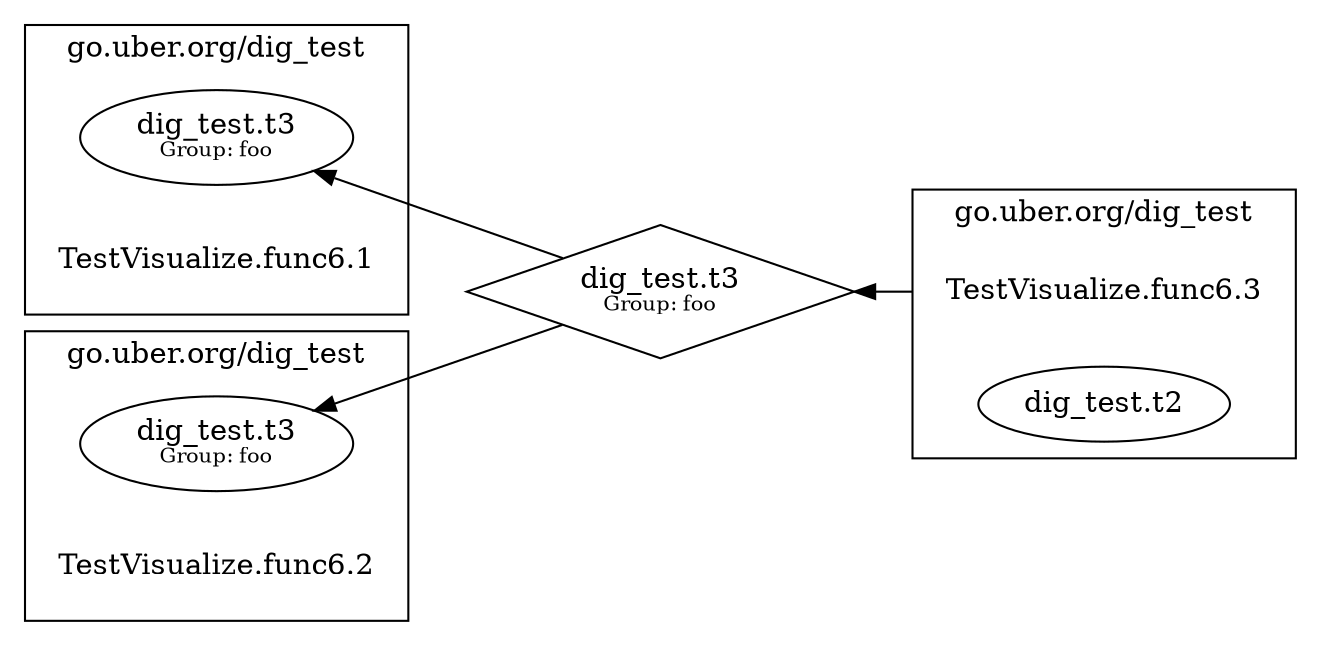
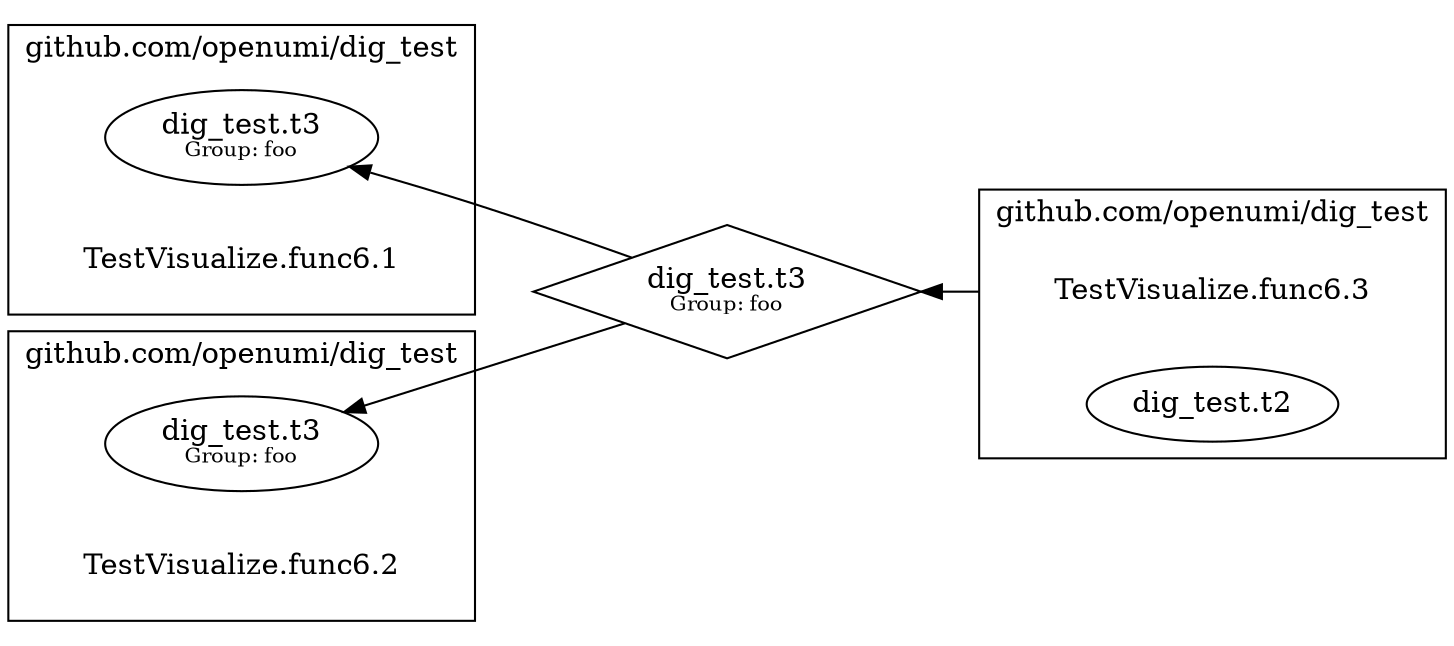
digraph {
	rankdir=RL;
	graph [compound=true];
	"[type=dig_test.t3 group=foo]" [shape=diamond label=<dig_test.t3<BR /><FONT POINT-SIZE="10">Group: foo</FONT>>];
	"[type=dig_test.t3 group=foo]" -> "dig_test.t3[group=foo]0";
	"[type=dig_test.t3 group=foo]" -> "dig_test.t3[group=foo]1";
	subgraph cluster_0 {
- 		label = "go.uber.org/dig_test";
+ 		label = "github.com/openumi/dig_test";
		constructor_0 [shape=plaintext label="TestVisualize.func6.1"];
		"dig_test.t3[group=foo]0" [label=<dig_test.t3<BR /><FONT POINT-SIZE="10">Group: foo</FONT>>];
	}
	subgraph cluster_1 {
- 		label = "go.uber.org/dig_test";
+ 		label = "github.com/openumi/dig_test";
		constructor_1 [shape=plaintext label="TestVisualize.func6.2"];
		"dig_test.t3[group=foo]1" [label=<dig_test.t3<BR /><FONT POINT-SIZE="10">Group: foo</FONT>>];
	}
	subgraph cluster_2 {
- 		label = "go.uber.org/dig_test";
+ 		label = "github.com/openumi/dig_test";
		constructor_2 [shape=plaintext label="TestVisualize.func6.3"];
		"dig_test.t2" [label=<dig_test.t2>];
	}
	constructor_2 -> "[type=dig_test.t3 group=foo]" [ltail=cluster_2];
}